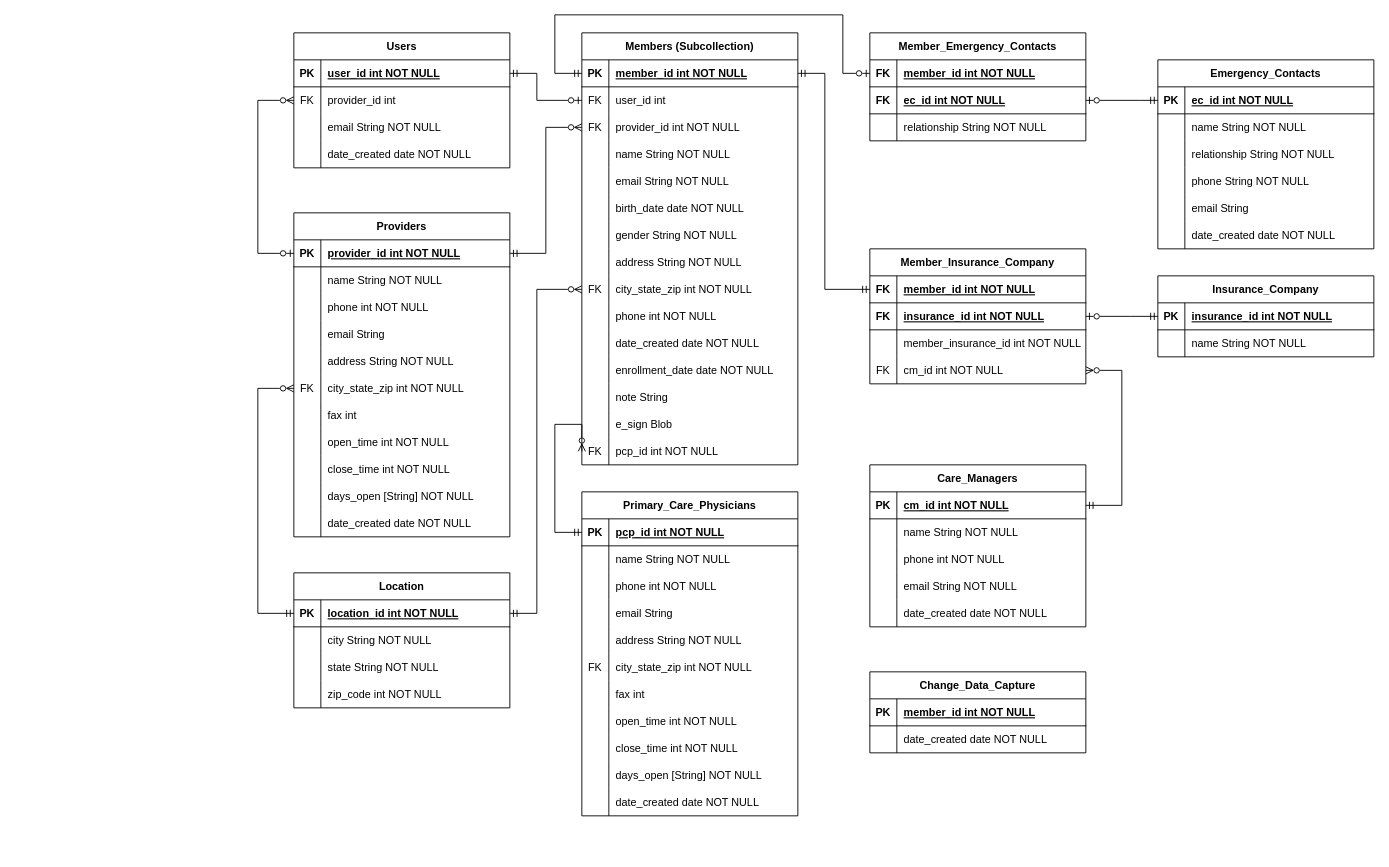
johnnyj2608/SeniorConnect keeps this draw.io diagram as Firestore DB Design.drawio. Above is the earlier version. Source tidied: cells renumbered, new cells numbered last; positions are measured from the earlier drawing's top-left corner, leaving out a move shared by most shapes. Both pictures are drawn from the tidied source at 90%, with x=0, y=0 at pixel (257, 14).
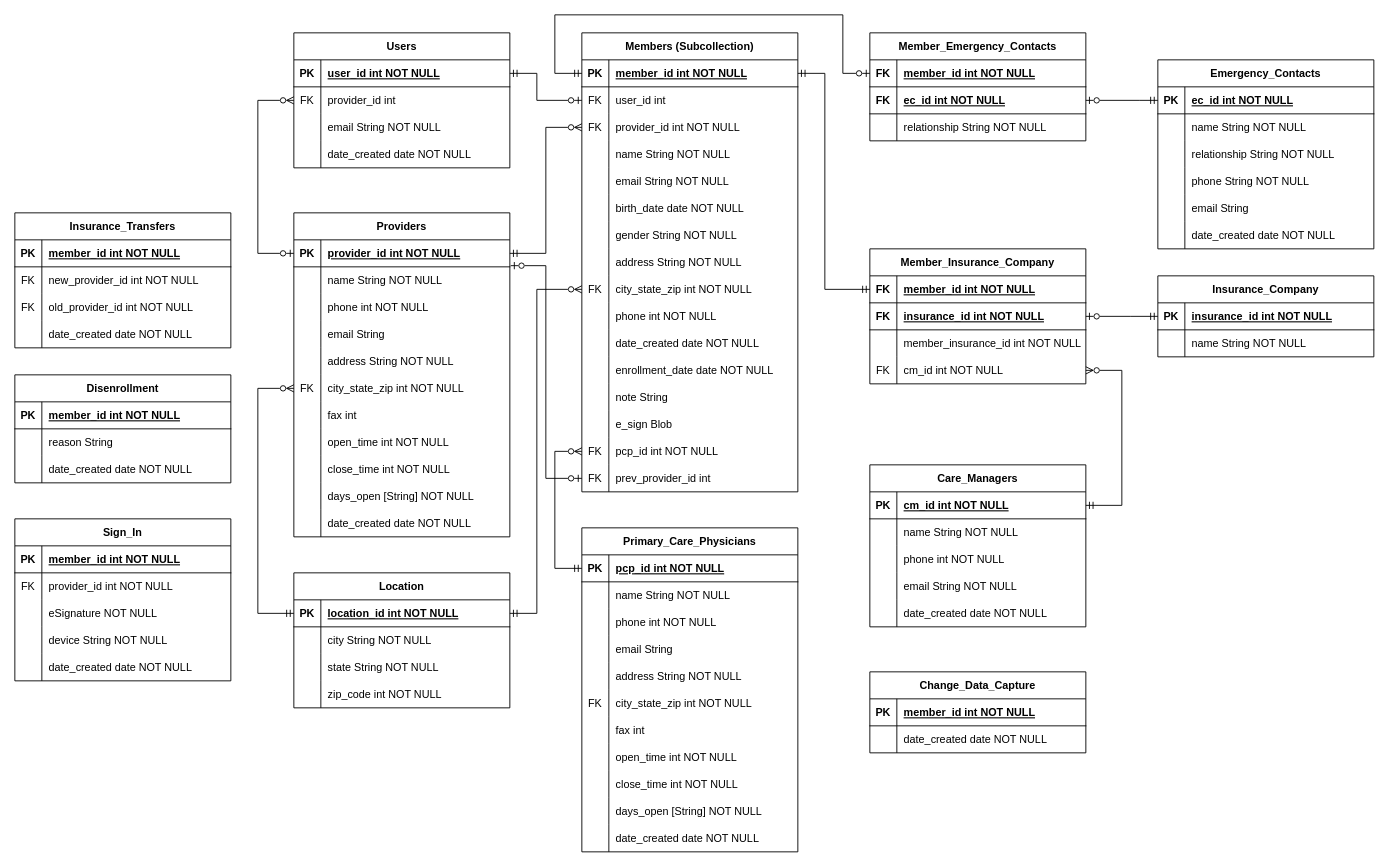
The same page after the edit.

Unchanged cells that the change refers to:
```xml
<mxCell id="19" style="shape=partialRectangle;fillColor=none;points=[[0,0.5],[1,0.5]];portConstraint=eastwest;top=0;left=0;right=0;bottom=0;" parent="15" vertex="1">
  <mxGeometry y="60" width="240" height="30" as="geometry" />
</mxCell>
<mxCell id="65" style="shape=partialRectangle;fillColor=none;points=[[0,0.5],[1,0.5]];portConstraint=eastwest;top=0;left=0;right=0;bottom=1;" parent="64" vertex="1">
  <mxGeometry y="30" width="240" height="30" as="geometry" />
</mxCell>
<mxCell id="141" style="shape=partialRectangle;fillColor=none;points=[[0,0.5],[1,0.5]];portConstraint=eastwest;top=0;left=0;right=0;bottom=0;" parent="98" vertex="1">
  <mxGeometry y="450" width="240" height="30" as="geometry" />
</mxCell>
```

Change to the diagram source:
```diff
@@
     <mxCell id="64" value="Primary_Care_Physicians" style="shape=table;startSize=30;childLayout=tableLayout;rowLines=0;fontStyle=1;align=center;" parent="1" vertex="1">
-      <mxGeometry x="360" y="530" width="240" height="360" as="geometry" />
+      <mxGeometry x="360" y="570" width="240" height="360" as="geometry" />
     </mxCell>
@@
     <mxCell id="98" value="Members (Subcollection)" style="shape=table;startSize=30;childLayout=tableLayout;rowLines=0;fontStyle=1;align=center;" parent="1" vertex="1">
-      <mxGeometry x="360" y="20" width="240" height="480" as="geometry" />
+      <mxGeometry x="360" y="20" width="240" height="510" as="geometry" />
     </mxCell>
@@
+    <mxCell id="225" style="shape=partialRectangle;fillColor=none;points=[[0,0.5],[1,0.5]];portConstraint=eastwest;top=0;left=0;right=0;bottom=0;" parent="98" vertex="1">
+      <mxGeometry y="480" width="240" height="30" as="geometry" />
+    </mxCell>
+    <mxCell id="226" value="FK" style="shape=partialRectangle;overflow=hidden;fillColor=none;top=0;left=0;bottom=0;right=0;" parent="225" vertex="1">
+      <mxGeometry width="30" height="30" as="geometry" />
+    </mxCell>
+    <mxCell id="227" value="prev_provider_id int" style="shape=partialRectangle;overflow=hidden;fillColor=none;top=0;left=0;bottom=0;right=0;align=left;spacingLeft=6;" parent="225" vertex="1">
+      <mxGeometry x="30" width="210" height="30" as="geometry" />
+    </mxCell>
@@
     <mxCell id="178" style="edgeStyle=orthogonalEdgeStyle;rounded=0;jettySize=auto;html=1;exitX=0;exitY=0.5;exitDx=0;exitDy=0;entryX=0;entryY=0.5;entryDx=0;entryDy=0;endArrow=ERmandOne;endFill=0;startArrow=ERzeroToMany;startFill=0;" parent="1" edge="1" source="141" target="65">
       <mxGeometry relative="1" as="geometry">
         <Array as="points">
-          <mxPoint x="330" y="455" />
-          <mxPoint x="330" y="575" />
+          <mxPoint x="330" y="485" />
+          <mxPoint x="330" y="615" />
         </Array>
       </mxGeometry>
     </mxCell>
@@
+    <mxCell id="228" style="edgeStyle=orthogonalEdgeStyle;rounded=0;jettySize=auto;html=1;entryX=1.004;entryY=-0.044;entryDx=0;entryDy=0;endArrow=ERzeroToOne;endFill=0;entryPerimeter=0;startArrow=ERzeroToOne;startFill=0;" parent="1" edge="1" source="225" target="19">
+      <mxGeometry relative="1" as="geometry" />
+    </mxCell>
+    <mxCell id="229" value="Insurance_Transfers" style="shape=table;startSize=30;childLayout=tableLayout;rowLines=0;fontStyle=1;align=center;" parent="1" vertex="1">
+      <mxGeometry x="-270" y="220" width="240" height="150" as="geometry" />
+    </mxCell>
+    <mxCell id="230" style="shape=partialRectangle;fillColor=none;top=0;left=0;right=0;bottom=1;" parent="229" vertex="1">
+      <mxGeometry y="30" width="240" height="30" as="geometry" />
+    </mxCell>
+    <mxCell id="231" value="PK" style="shape=partialRectangle;overflow=hidden;fillColor=none;top=0;left=0;bottom=0;right=0;fontStyle=1;" parent="230" vertex="1">
+      <mxGeometry width="30" height="30" as="geometry" />
+    </mxCell>
+    <mxCell id="232" value="member_id int NOT NULL" style="shape=partialRectangle;overflow=hidden;fillColor=none;top=0;left=0;bottom=0;right=0;align=left;spacingLeft=6;fontStyle=5;" parent="230" vertex="1">
+      <mxGeometry x="30" width="210" height="30" as="geometry" />
+    </mxCell>
+    <mxCell id="233" style="shape=partialRectangle;fillColor=none;top=0;left=0;right=0;bottom=0;" parent="229" vertex="1">
+      <mxGeometry y="60" width="240" height="30" as="geometry" />
+    </mxCell>
+    <mxCell id="234" value="FK" style="shape=partialRectangle;overflow=hidden;fillColor=none;top=0;left=0;bottom=0;right=0;" parent="233" vertex="1">
+      <mxGeometry width="30" height="30" as="geometry" />
+    </mxCell>
+    <mxCell id="235" value="new_provider_id int NOT NULL" style="shape=partialRectangle;overflow=hidden;fillColor=none;top=0;left=0;bottom=0;right=0;align=left;spacingLeft=6;" parent="233" vertex="1">
+      <mxGeometry x="30" width="210" height="30" as="geometry" />
+    </mxCell>
+    <mxCell id="236" style="shape=partialRectangle;fillColor=none;top=0;left=0;right=0;bottom=0;" parent="229" vertex="1">
+      <mxGeometry y="90" width="240" height="30" as="geometry" />
+    </mxCell>
+    <mxCell id="237" value="FK" style="shape=partialRectangle;overflow=hidden;fillColor=none;top=0;left=0;bottom=0;right=0;" parent="236" vertex="1">
+      <mxGeometry width="30" height="30" as="geometry" />
+    </mxCell>
+    <mxCell id="238" value="old_provider_id int NOT NULL" style="shape=partialRectangle;overflow=hidden;fillColor=none;top=0;left=0;bottom=0;right=0;align=left;spacingLeft=6;" parent="236" vertex="1">
+      <mxGeometry x="30" width="210" height="30" as="geometry" />
+    </mxCell>
+    <mxCell id="239" style="shape=partialRectangle;fillColor=none;top=0;left=0;right=0;bottom=0;" parent="229" vertex="1">
+      <mxGeometry y="120" width="240" height="30" as="geometry" />
+    </mxCell>
+    <mxCell id="240" style="shape=partialRectangle;overflow=hidden;fillColor=none;top=0;left=0;bottom=0;right=0;" parent="239" vertex="1">
+      <mxGeometry width="30" height="30" as="geometry" />
+    </mxCell>
+    <mxCell id="241" value="date_created date NOT NULL" style="shape=partialRectangle;overflow=hidden;fillColor=none;top=0;left=0;bottom=0;right=0;align=left;spacingLeft=6;" parent="239" vertex="1">
+      <mxGeometry x="30" width="210" height="30" as="geometry" />
+    </mxCell>
+    <mxCell id="242" value="Disenrollment" style="shape=table;startSize=30;childLayout=tableLayout;rowLines=0;fontStyle=1;align=center;" parent="1" vertex="1">
+      <mxGeometry x="-270" y="400" width="240" height="120" as="geometry" />
+    </mxCell>
+    <mxCell id="243" style="shape=partialRectangle;fillColor=none;top=0;left=0;right=0;bottom=1;" parent="242" vertex="1">
+      <mxGeometry y="30" width="240" height="30" as="geometry" />
+    </mxCell>
+    <mxCell id="244" value="PK" style="shape=partialRectangle;overflow=hidden;fillColor=none;top=0;left=0;bottom=0;right=0;fontStyle=1;" parent="243" vertex="1">
+      <mxGeometry width="30" height="30" as="geometry" />
+    </mxCell>
+    <mxCell id="245" value="member_id int NOT NULL" style="shape=partialRectangle;overflow=hidden;fillColor=none;top=0;left=0;bottom=0;right=0;align=left;spacingLeft=6;fontStyle=5;" parent="243" vertex="1">
+      <mxGeometry x="30" width="210" height="30" as="geometry" />
+    </mxCell>
+    <mxCell id="246" style="shape=partialRectangle;fillColor=none;top=0;left=0;right=0;bottom=0;" parent="242" vertex="1">
+      <mxGeometry y="60" width="240" height="30" as="geometry" />
+    </mxCell>
+    <mxCell id="247" style="shape=partialRectangle;overflow=hidden;fillColor=none;top=0;left=0;bottom=0;right=0;" parent="246" vertex="1">
+      <mxGeometry width="30" height="30" as="geometry" />
+    </mxCell>
+    <mxCell id="248" value="reason String" style="shape=partialRectangle;overflow=hidden;fillColor=none;top=0;left=0;bottom=0;right=0;align=left;spacingLeft=6;" parent="246" vertex="1">
+      <mxGeometry x="30" width="210" height="30" as="geometry" />
+    </mxCell>
+    <mxCell id="249" style="shape=partialRectangle;fillColor=none;top=0;left=0;right=0;bottom=0;" parent="242" vertex="1">
+      <mxGeometry y="90" width="240" height="30" as="geometry" />
+    </mxCell>
+    <mxCell id="250" style="shape=partialRectangle;overflow=hidden;fillColor=none;top=0;left=0;bottom=0;right=0;" parent="249" vertex="1">
+      <mxGeometry width="30" height="30" as="geometry" />
+    </mxCell>
+    <mxCell id="251" value="date_created date NOT NULL" style="shape=partialRectangle;overflow=hidden;fillColor=none;top=0;left=0;bottom=0;right=0;align=left;spacingLeft=6;" parent="249" vertex="1">
+      <mxGeometry x="30" width="210" height="30" as="geometry" />
+    </mxCell>
+    <mxCell id="252" value="Sign_In" style="shape=table;startSize=30;childLayout=tableLayout;rowLines=0;fontStyle=1;align=center;" parent="1" vertex="1">
+      <mxGeometry x="-270" y="560" width="240" height="180" as="geometry" />
+    </mxCell>
+    <mxCell id="253" style="shape=partialRectangle;fillColor=none;top=0;left=0;right=0;bottom=1;" parent="252" vertex="1">
+      <mxGeometry y="30" width="240" height="30" as="geometry" />
+    </mxCell>
+    <mxCell id="254" value="PK" style="shape=partialRectangle;overflow=hidden;fillColor=none;top=0;left=0;bottom=0;right=0;fontStyle=1;" parent="253" vertex="1">
+      <mxGeometry width="30" height="30" as="geometry" />
+    </mxCell>
+    <mxCell id="255" value="member_id int NOT NULL" style="shape=partialRectangle;overflow=hidden;fillColor=none;top=0;left=0;bottom=0;right=0;align=left;spacingLeft=6;fontStyle=5;" parent="253" vertex="1">
+      <mxGeometry x="30" width="210" height="30" as="geometry" />
+    </mxCell>
+    <mxCell id="256" style="shape=partialRectangle;fillColor=none;top=0;left=0;right=0;bottom=0;" parent="252" vertex="1">
+      <mxGeometry y="60" width="240" height="30" as="geometry" />
+    </mxCell>
+    <mxCell id="257" value="FK" style="shape=partialRectangle;overflow=hidden;fillColor=none;top=0;left=0;bottom=0;right=0;" parent="256" vertex="1">
+      <mxGeometry width="30" height="30" as="geometry" />
+    </mxCell>
+    <mxCell id="258" value="provider_id int NOT NULL" style="shape=partialRectangle;overflow=hidden;fillColor=none;top=0;left=0;bottom=0;right=0;align=left;spacingLeft=6;" parent="256" vertex="1">
+      <mxGeometry x="30" width="210" height="30" as="geometry" />
+    </mxCell>
+    <mxCell id="259" style="shape=partialRectangle;fillColor=none;top=0;left=0;right=0;bottom=0;" parent="252" vertex="1">
+      <mxGeometry y="90" width="240" height="30" as="geometry" />
+    </mxCell>
+    <mxCell id="260" style="shape=partialRectangle;overflow=hidden;fillColor=none;top=0;left=0;bottom=0;right=0;" parent="259" vertex="1">
+      <mxGeometry width="30" height="30" as="geometry" />
+    </mxCell>
+    <mxCell id="261" value="eSignature NOT NULL" style="shape=partialRectangle;overflow=hidden;fillColor=none;top=0;left=0;bottom=0;right=0;align=left;spacingLeft=6;" parent="259" vertex="1">
+      <mxGeometry x="30" width="210" height="30" as="geometry" />
+    </mxCell>
+    <mxCell id="262" style="shape=partialRectangle;fillColor=none;top=0;left=0;right=0;bottom=0;" parent="252" vertex="1">
+      <mxGeometry y="120" width="240" height="30" as="geometry" />
+    </mxCell>
+    <mxCell id="263" style="shape=partialRectangle;overflow=hidden;fillColor=none;top=0;left=0;bottom=0;right=0;" parent="262" vertex="1">
+      <mxGeometry width="30" height="30" as="geometry" />
+    </mxCell>
+    <mxCell id="264" value="device String NOT NULL" style="shape=partialRectangle;overflow=hidden;fillColor=none;top=0;left=0;bottom=0;right=0;align=left;spacingLeft=6;" parent="262" vertex="1">
+      <mxGeometry x="30" width="210" height="30" as="geometry" />
+    </mxCell>
+    <mxCell id="265" style="shape=partialRectangle;fillColor=none;top=0;left=0;right=0;bottom=0;" parent="252" vertex="1">
+      <mxGeometry y="150" width="240" height="30" as="geometry" />
+    </mxCell>
+    <mxCell id="266" style="shape=partialRectangle;overflow=hidden;fillColor=none;top=0;left=0;bottom=0;right=0;" parent="265" vertex="1">
+      <mxGeometry width="30" height="30" as="geometry" />
+    </mxCell>
+    <mxCell id="267" value="date_created date NOT NULL" style="shape=partialRectangle;overflow=hidden;fillColor=none;top=0;left=0;bottom=0;right=0;align=left;spacingLeft=6;" parent="265" vertex="1">
+      <mxGeometry x="30" width="210" height="30" as="geometry" />
+    </mxCell>
```
